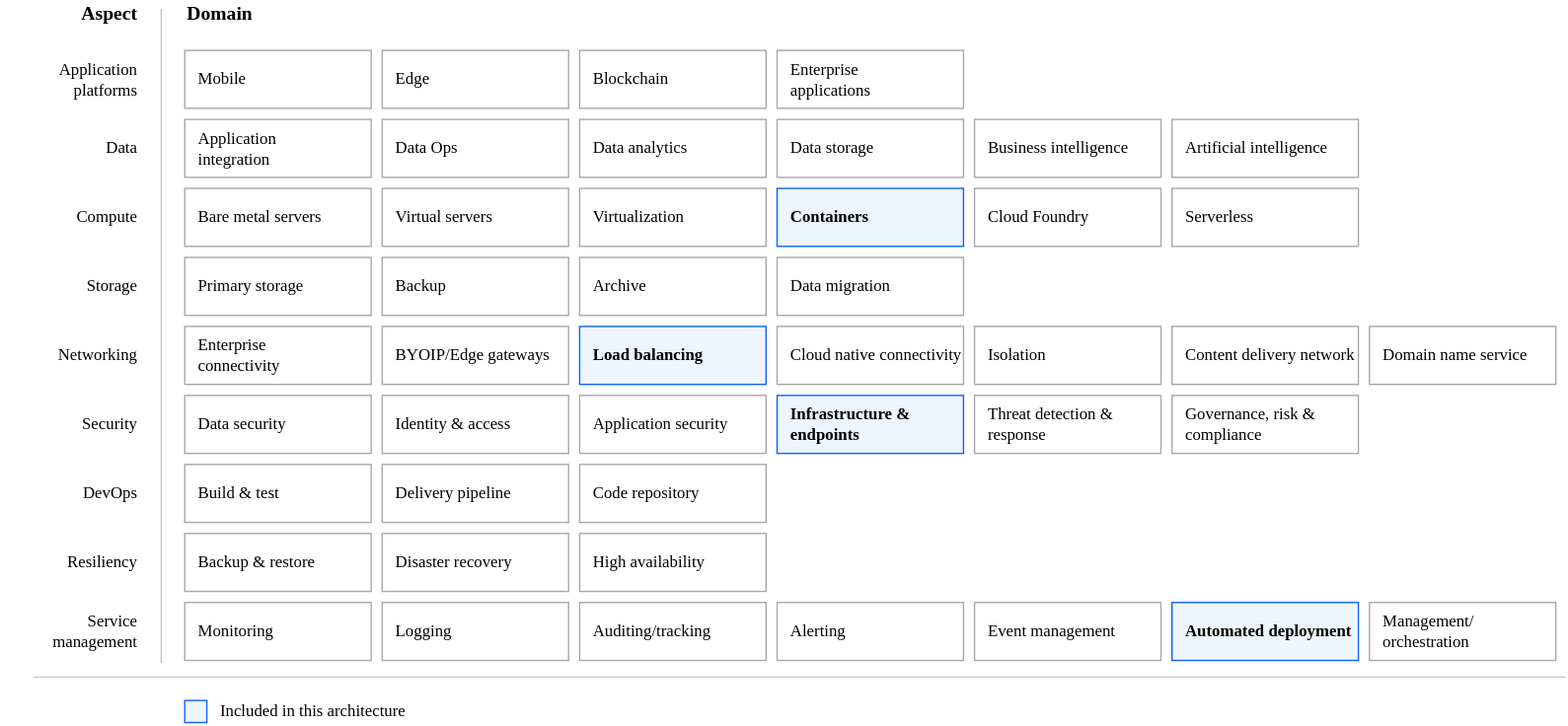
Above: reference-architectures/heat-map-deploy-arch-slz-roks-quickstart.svg in terraform-ibm-modules/terraform-ibm-landing-zone (draw.io), before the change. Source tidied: cells renumbered, new cells last; positions are measured from the earlier drawing's top-left corner, leaving out a move shared by most shapes.
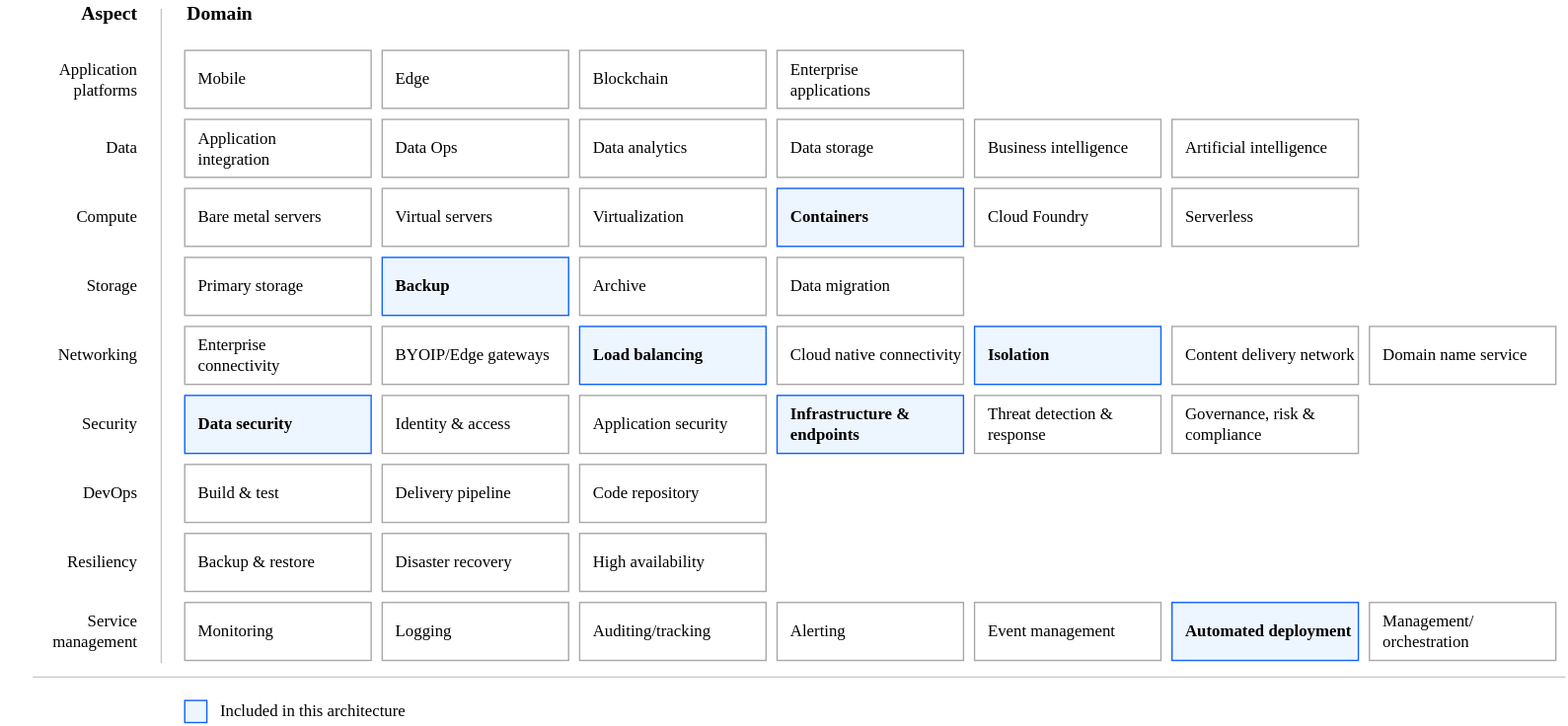
The same diagram one commit later.

Commit message:
docs: roks quickstart reference architecture document changes (#739)

What changed in the source:
```diff
@@ -20,7 +20,7 @@
     <mxCell id="7" value="Build &amp;amp; test" style="rounded=0;whiteSpace=wrap;html=1;strokeColor=#A8A8A8;align=left;spacingLeft=8;fontFamily=IBM Plex Sans;" parent="1" vertex="1">
       <mxGeometry x="133" y="336" width="135" height="42" as="geometry" />
     </mxCell>
-    <mxCell id="8" value="Data security" style="rounded=0;whiteSpace=wrap;html=1;strokeColor=#A8A8A8;align=left;spacingLeft=8;fontFamily=IBM Plex Sans;fontStyle=0;fillColor=default;" parent="1" vertex="1">
+    <mxCell id="8" value="Data security" style="rounded=0;whiteSpace=wrap;html=1;strokeColor=#0E62FD;align=left;spacingLeft=8;fontFamily=IBM Plex Sans;fontStyle=1;fillColor=#EDF5FF;" parent="1" vertex="1">
       <mxGeometry x="133" y="286" width="135" height="42" as="geometry" />
     </mxCell>
     <mxCell id="9" value="Backup &amp;amp; restore" style="rounded=0;whiteSpace=wrap;html=1;strokeColor=#A8A8A8;align=left;spacingLeft=8;fontFamily=IBM Plex Sans;" parent="1" vertex="1">
@@ -65,7 +65,7 @@
     <mxCell id="22" value="Serverless" style="rounded=0;whiteSpace=wrap;html=1;strokeColor=#A8A8A8;align=left;spacingLeft=8;fontFamily=IBM Plex Sans;fillColor=default;fontStyle=0;" parent="1" vertex="1">
       <mxGeometry x="848" y="136" width="135" height="42" as="geometry" />
     </mxCell>
-    <mxCell id="23" value="Backup" style="rounded=0;whiteSpace=wrap;html=1;strokeColor=#A8A8A8;align=left;spacingLeft=8;fontFamily=IBM Plex Sans;fillColor=default;fontStyle=0;" parent="1" vertex="1">
+    <mxCell id="23" value="Backup" style="rounded=0;whiteSpace=wrap;html=1;strokeColor=#0E62FD;align=left;spacingLeft=8;fontFamily=IBM Plex Sans;fillColor=#EDF5FF;fontStyle=1;" parent="1" vertex="1">
       <mxGeometry x="276" y="186" width="135" height="42" as="geometry" />
     </mxCell>
     <mxCell id="24" value="Archive" style="rounded=0;whiteSpace=wrap;html=1;strokeColor=#A8A8A8;align=left;spacingLeft=8;fontFamily=IBM Plex Sans;fillColor=default;fontStyle=0;" parent="1" vertex="1">
@@ -83,7 +83,7 @@
     <mxCell id="28" value="Cloud native connectivity" style="rounded=0;whiteSpace=wrap;html=1;strokeColor=#A8A8A8;align=left;spacingLeft=8;fontFamily=IBM Plex Sans;fillColor=default;fontStyle=0;" parent="1" vertex="1">
       <mxGeometry x="562" y="236" width="135" height="42" as="geometry" />
     </mxCell>
-    <mxCell id="29" value="Isolation" style="rounded=0;whiteSpace=wrap;html=1;strokeColor=#A8A8A8;align=left;spacingLeft=8;fontFamily=IBM Plex Sans;fillColor=#FFFFFF;fontStyle=0;" parent="1" vertex="1">
+    <mxCell id="29" value="Isolation" style="rounded=0;whiteSpace=wrap;html=1;strokeColor=#0E62FD;align=left;spacingLeft=8;fontFamily=IBM Plex Sans;fillColor=#EDF5FF;fontStyle=1;" parent="1" vertex="1">
       <mxGeometry x="705" y="236" width="135" height="42" as="geometry" />
     </mxCell>
     <mxCell id="30" value="Content delivery network" style="rounded=0;whiteSpace=wrap;html=1;strokeColor=#A8A8A8;align=left;spacingLeft=8;fontFamily=IBM Plex Sans;fillColor=default;fontStyle=0;" parent="1" vertex="1">
```
